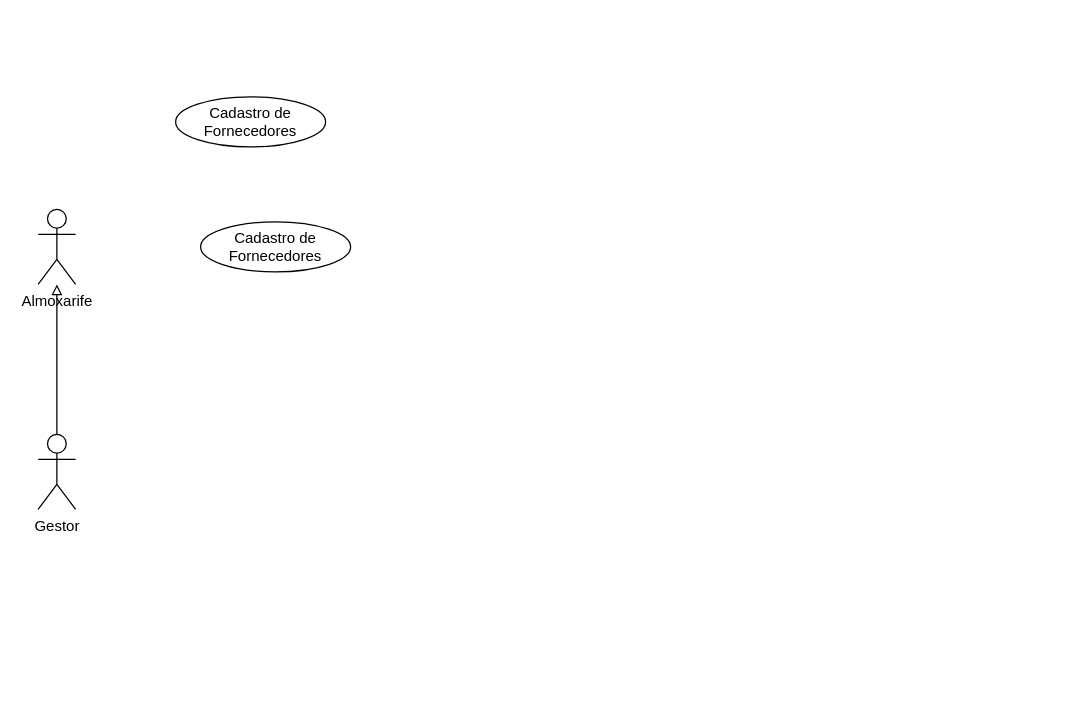
Wesley-dSA/ENGSOFT keeps this draw.io diagram as atvENG.drawio. Above is the earlier version. Source tidied: cells renumbered, new cells numbered last; positions are measured from the earlier drawing's top-left corner, leaving out a move shared by most shapes. Both pictures are drawn from the tidied source at 125%, with x=0, y=0 at pixel (38, 96).
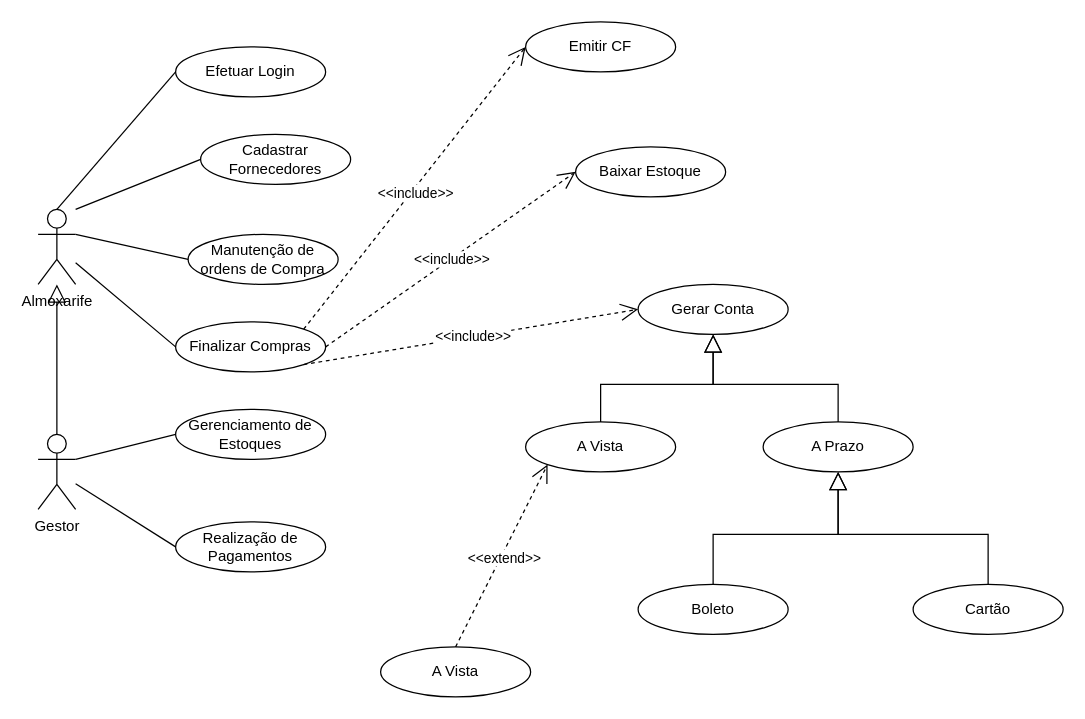
The same page after the edit.

The change refers to these unchanged cells:
```xml
<mxCell id="3" value="Almoxarife" style="shape=umlActor;verticalLabelPosition=bottom;verticalAlign=top;html=1;outlineConnect=0;" parent="1" vertex="1">
  <mxGeometry y="90" width="30" height="60" as="geometry" />
</mxCell>
<mxCell id="4" value="Gestor&lt;div&gt;&lt;br&gt;&lt;/div&gt;" style="shape=umlActor;verticalLabelPosition=bottom;verticalAlign=top;html=1;outlineConnect=0;" parent="1" vertex="1">
  <mxGeometry y="270" width="30" height="60" as="geometry" />
</mxCell>
```

Diff of the diagram source:
```diff
@@
-    <mxCell id="2" style="edgeStyle=orthogonalEdgeStyle;rounded=0;jettySize=auto;html=1;endArrow=block;endFill=0;" parent="1" edge="1" source="4" target="3">
+    <mxCell id="2" style="edgeStyle=orthogonalEdgeStyle;rounded=0;jettySize=auto;html=1;endArrow=block;endFill=0;endSize=12;" parent="1" edge="1" source="4" target="3">
       <mxGeometry relative="1" as="geometry" />
     </mxCell>
@@
-    <mxCell id="5" value="Cadastro de Fornecedores" style="ellipse;whiteSpace=wrap;html=1;" parent="1" vertex="1">
-      <mxGeometry x="110" width="120" height="40" as="geometry" />
+    <mxCell id="5" value="Cadastrar Fornecedores" style="ellipse;whiteSpace=wrap;html=1;" parent="1" vertex="1">
+      <mxGeometry x="130" y="30" width="120" height="40" as="geometry" />
     </mxCell>
-    <mxCell id="6" value="Cadastro de Fornecedores" style="ellipse;whiteSpace=wrap;html=1;" parent="1" vertex="1">
-      <mxGeometry x="130" y="100" width="120" height="40" as="geometry" />
+    <mxCell id="6" value="Manutenção de ordens de Compra" style="ellipse;whiteSpace=wrap;html=1;" parent="1" vertex="1">
+      <mxGeometry x="120" y="110" width="120" height="40" as="geometry" />
     </mxCell>
+    <mxCell id="7" value="Finalizar Compras" style="ellipse;whiteSpace=wrap;html=1;" parent="1" vertex="1">
+      <mxGeometry x="110" y="180" width="120" height="40" as="geometry" />
+    </mxCell>
+    <mxCell id="8" style="edgeStyle=orthogonalEdgeStyle;rounded=0;orthogonalLoop=1;jettySize=auto;html=1;exitX=0.5;exitY=1;exitDx=0;exitDy=0;" parent="1" edge="1" source="6" target="6">
+      <mxGeometry relative="1" as="geometry" />
+    </mxCell>
+    <mxCell id="9" style="endArrow=none;html=1;rounded=0;entryX=0;entryY=0.5;entryDx=0;entryDy=0;" parent="1" edge="1" target="5">
+      <mxGeometry relative="1" as="geometry">
+        <mxPoint x="30" y="90" as="sourcePoint" />
+      </mxGeometry>
+    </mxCell>
+    <mxCell id="10" style="endArrow=none;html=1;rounded=0;entryX=0;entryY=0.5;entryDx=0;entryDy=0;exitX=1;exitY=0.3333333333333333;exitDx=0;exitDy=0;exitPerimeter=0;" parent="1" edge="1" source="3" target="6">
+      <mxGeometry relative="1" as="geometry" />
+    </mxCell>
+    <mxCell id="11" style="endArrow=none;html=1;rounded=0;entryX=0;entryY=0.5;entryDx=0;entryDy=0;" parent="1" edge="1" source="3" target="7">
+      <mxGeometry relative="1" as="geometry" />
+    </mxCell>
+    <mxCell id="12" value="Gerenciamento de Estoques" style="ellipse;whiteSpace=wrap;html=1;" parent="1" vertex="1">
+      <mxGeometry x="110" y="250" width="120" height="40" as="geometry" />
+    </mxCell>
+    <mxCell id="13" style="endArrow=none;html=1;rounded=0;exitX=1;exitY=0.3333333333333333;exitDx=0;exitDy=0;exitPerimeter=0;entryX=0;entryY=0.5;entryDx=0;entryDy=0;" parent="1" edge="1" source="4" target="12">
+      <mxGeometry relative="1" as="geometry" />
+    </mxCell>
+    <mxCell id="14" value="Realização de Pagamentos" style="ellipse;whiteSpace=wrap;html=1;" parent="1" vertex="1">
+      <mxGeometry x="110" y="340" width="120" height="40" as="geometry" />
+    </mxCell>
+    <mxCell id="15" style="endArrow=none;html=1;rounded=0;entryX=0;entryY=0.5;entryDx=0;entryDy=0;" parent="1" edge="1" source="4" target="14">
+      <mxGeometry relative="1" as="geometry" />
+    </mxCell>
+    <mxCell id="16" value="Emitir CF" style="ellipse;whiteSpace=wrap;html=1;" parent="1" vertex="1">
+      <mxGeometry x="390" y="-60" width="120" height="40" as="geometry" />
+    </mxCell>
+    <mxCell id="17" value="Baixar Estoque" style="ellipse;whiteSpace=wrap;html=1;" parent="1" vertex="1">
+      <mxGeometry x="430" y="40" width="120" height="40" as="geometry" />
+    </mxCell>
+    <mxCell id="18" value="Gerar Conta" style="ellipse;whiteSpace=wrap;html=1;" parent="1" vertex="1">
+      <mxGeometry x="480" y="150" width="120" height="40" as="geometry" />
+    </mxCell>
+    <mxCell id="19" style="endArrow=open;dashed=1;html=1;rounded=0;exitX=1;exitY=0;exitDx=0;exitDy=0;entryX=0;entryY=0.5;entryDx=0;entryDy=0;endFill=0;endSize=12;" parent="1" edge="1" source="7" target="16">
+      <mxGeometry relative="1" as="geometry" />
+    </mxCell>
+    <mxCell id="20" value="&amp;lt;&amp;lt;include&amp;gt;&amp;gt;" style="edgeLabel;html=1;align=center;verticalAlign=middle;" parent="19" vertex="1">
+      <mxGeometry x="-0.02" y="-2" relative="1" as="geometry" />
+    </mxCell>
+    <mxCell id="21" style="endArrow=open;dashed=1;html=1;rounded=0;exitX=1;exitY=0.5;exitDx=0;exitDy=0;entryX=0;entryY=0.5;entryDx=0;entryDy=0;endFill=0;endSize=12;" parent="1" edge="1" source="7" target="17">
+      <mxGeometry relative="1" as="geometry" />
+    </mxCell>
+    <mxCell id="22" value="&amp;lt;&amp;lt;include&amp;gt;&amp;gt;" style="edgeLabel;html=1;align=center;verticalAlign=middle;" parent="21" vertex="1">
+      <mxGeometry x="0.01" relative="1" as="geometry" />
+    </mxCell>
+    <mxCell id="23" style="endArrow=open;dashed=1;html=1;rounded=0;exitX=1;exitY=1;exitDx=0;exitDy=0;entryX=0;entryY=0.5;entryDx=0;entryDy=0;endSize=12;endFill=0;" parent="1" edge="1" source="7" target="18">
+      <mxGeometry relative="1" as="geometry" />
+    </mxCell>
+    <mxCell id="24" value="&amp;lt;&amp;lt;include&amp;gt;&amp;gt;" style="edgeLabel;html=1;align=center;verticalAlign=middle;" parent="23" vertex="1">
+      <mxGeometry x="0.01" relative="1" as="geometry" />
+    </mxCell>
+    <mxCell id="25" value="Efetuar Login" style="ellipse;whiteSpace=wrap;html=1;" parent="1" vertex="1">
+      <mxGeometry x="110" y="-40" width="120" height="40" as="geometry" />
+    </mxCell>
+    <mxCell id="26" style="endArrow=none;html=1;rounded=0;exitX=0.5;exitY=0;exitDx=0;exitDy=0;exitPerimeter=0;entryX=0;entryY=0.5;entryDx=0;entryDy=0;" parent="1" edge="1" source="3" target="25">
+      <mxGeometry relative="1" as="geometry" />
+    </mxCell>
+    <mxCell id="27" style="edgeStyle=orthogonalEdgeStyle;rounded=0;jettySize=auto;html=1;endArrow=block;endFill=0;jumpSize=12;strokeWidth=1;endSize=12;" parent="1" edge="1" source="28" target="18">
+      <mxGeometry relative="1" as="geometry" />
+    </mxCell>
+    <mxCell id="28" value="A Vista" style="ellipse;whiteSpace=wrap;html=1;" parent="1" vertex="1">
+      <mxGeometry x="390" y="260" width="120" height="40" as="geometry" />
+    </mxCell>
+    <mxCell id="29" style="edgeStyle=orthogonalEdgeStyle;rounded=0;jettySize=auto;html=1;endArrow=block;endFill=0;jumpSize=25;endSize=12;" parent="1" edge="1" source="30" target="18">
+      <mxGeometry relative="1" as="geometry" />
+    </mxCell>
+    <mxCell id="30" value="A Prazo" style="ellipse;whiteSpace=wrap;html=1;" parent="1" vertex="1">
+      <mxGeometry x="580" y="260" width="120" height="40" as="geometry" />
+    </mxCell>
+    <mxCell id="31" value="A Vista" style="ellipse;whiteSpace=wrap;html=1;" parent="1" vertex="1">
+      <mxGeometry x="274" y="440" width="120" height="40" as="geometry" />
+    </mxCell>
+    <mxCell id="32" style="endArrow=open;dashed=1;html=1;rounded=0;exitX=0.5;exitY=0;exitDx=0;exitDy=0;entryX=0;entryY=1;entryDx=0;entryDy=0;endSize=12;endFill=0;" parent="1" edge="1" source="31" target="28">
+      <mxGeometry relative="1" as="geometry" />
+    </mxCell>
+    <mxCell id="33" value="&amp;lt;&amp;lt;extend&amp;gt;&amp;gt;" style="edgeLabel;html=1;align=center;verticalAlign=middle;" parent="32" vertex="1">
+      <mxGeometry x="-0.01" y="-2" relative="1" as="geometry" />
+    </mxCell>
+    <mxCell id="34" style="edgeStyle=orthogonalEdgeStyle;rounded=0;jettySize=auto;html=1;entryX=0.5;entryY=1;entryDx=0;entryDy=0;endSize=12;endArrow=block;endFill=0;" parent="1" edge="1" source="35" target="30">
+      <mxGeometry relative="1" as="geometry" />
+    </mxCell>
+    <mxCell id="35" value="Boleto" style="ellipse;whiteSpace=wrap;html=1;" parent="1" vertex="1">
+      <mxGeometry x="480" y="390" width="120" height="40" as="geometry" />
+    </mxCell>
+    <mxCell id="36" style="edgeStyle=orthogonalEdgeStyle;rounded=0;jettySize=auto;html=1;endSize=12;endArrow=block;endFill=0;" parent="1" edge="1" source="37" target="30">
+      <mxGeometry relative="1" as="geometry" />
+    </mxCell>
+    <mxCell id="37" value="Cartão" style="ellipse;whiteSpace=wrap;html=1;" parent="1" vertex="1">
+      <mxGeometry x="700" y="390" width="120" height="40" as="geometry" />
+    </mxCell>
```
